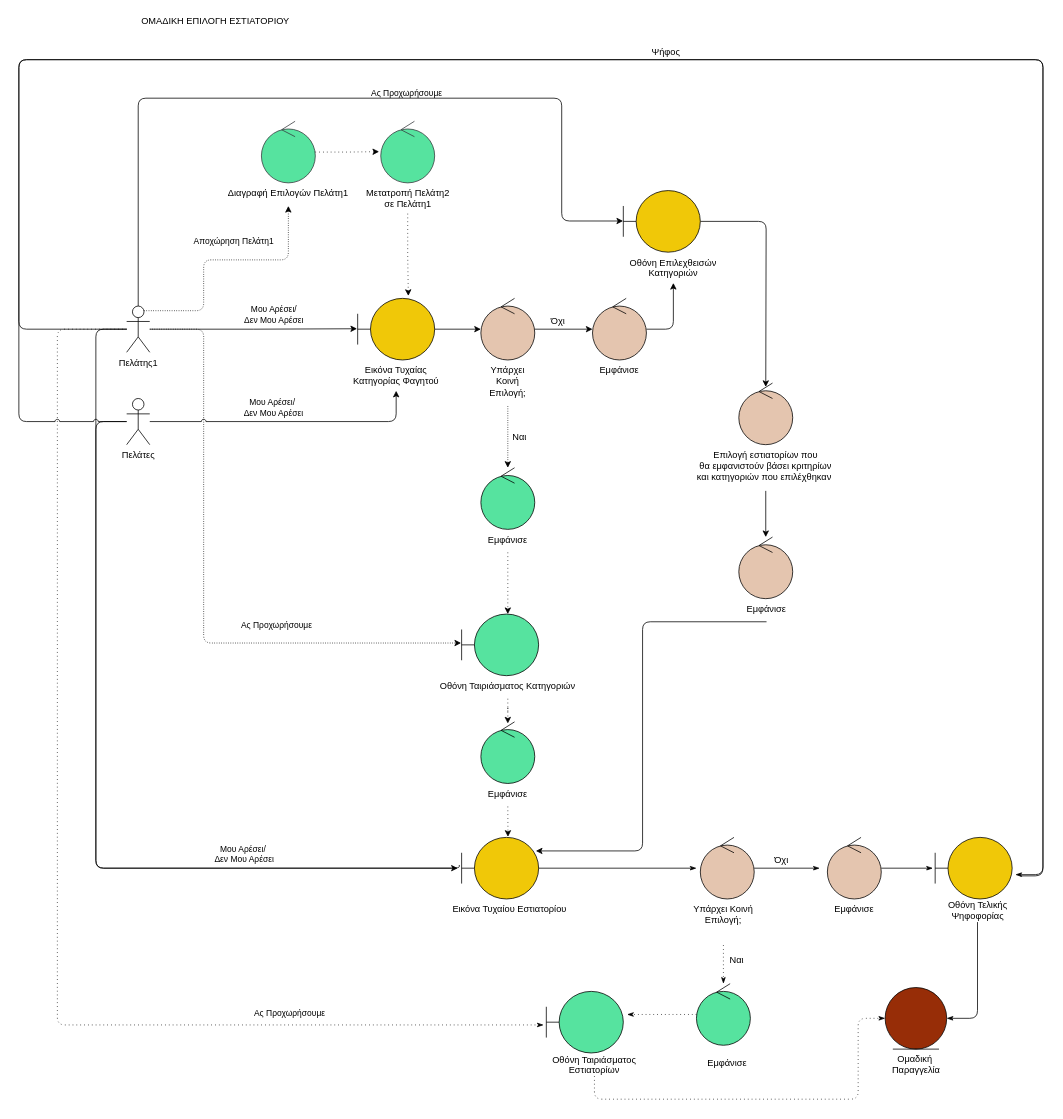
Earlier version of the draw.io diagram docs/contributions/AthanasiaZ/Writing-Charts/Phase4/robustness_team_choice_restaurant.drawio (iloudaros/nomnomr). Source tidied: cells renumbered, new cells numbered last; positions are measured from the earlier drawing's top-left corner, leaving out a move shared by most shapes. Both pictures are drawn from the tidied source at 77%, with x=0, y=0 at pixel (18, 13).
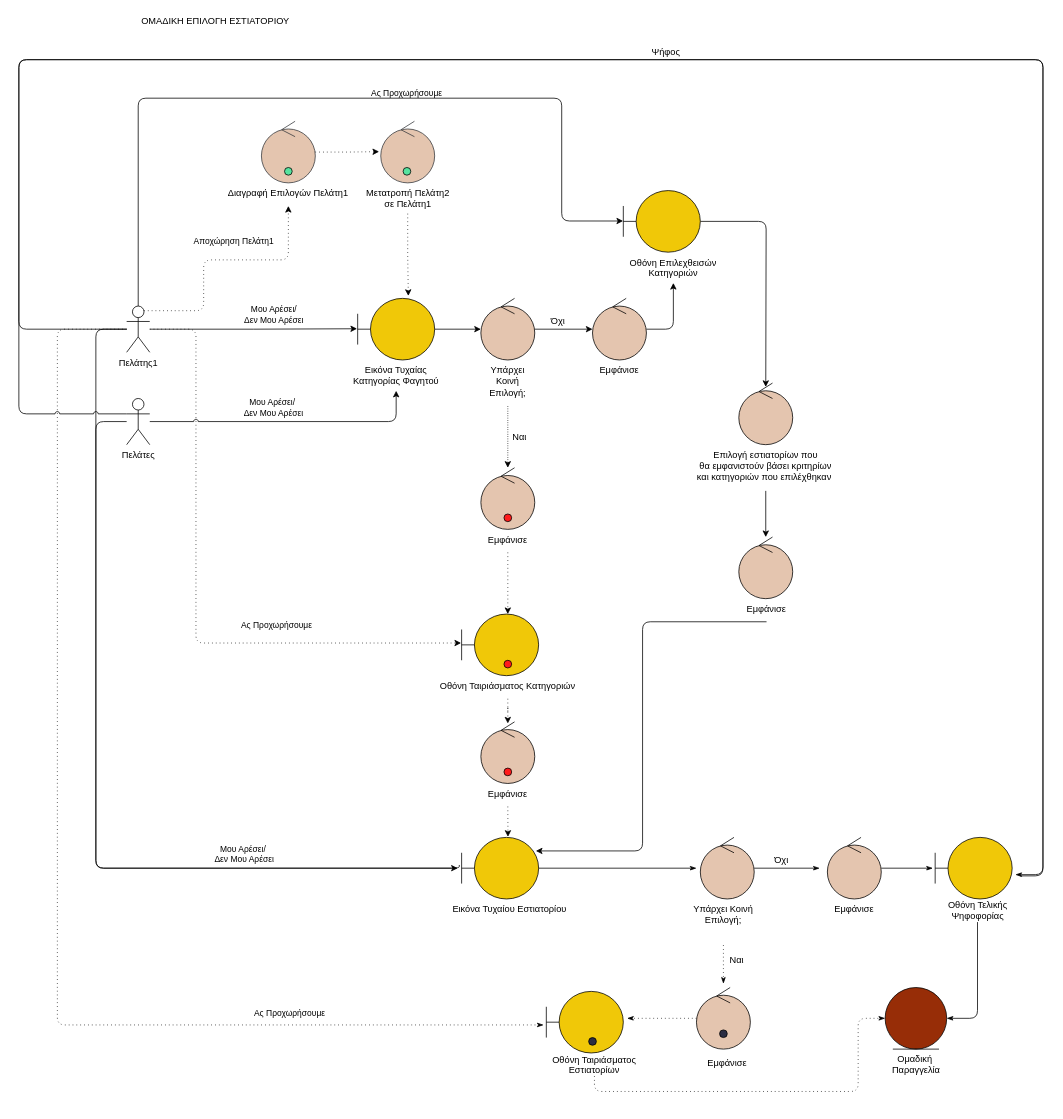
The same diagram, later.

Unchanged cells that the change refers to:
```xml
<mxCell id="9" value="Πελάτης1" style="shape=umlActor;verticalLabelPosition=bottom;verticalAlign=top;html=1;outlineConnect=0;" parent="1" vertex="1">
  <mxGeometry x="140" y="380" width="30" height="60" as="geometry" />
</mxCell>
<mxCell id="17" value="Πελάτες" style="shape=umlActor;verticalLabelPosition=bottom;verticalAlign=top;html=1;outlineConnect=0;" parent="1" vertex="1">
  <mxGeometry x="140" y="500" width="30" height="60" as="geometry" />
</mxCell>
<mxCell id="44" value="&lt;span style=&quot;font-family: helvetica; font-size: 12px; font-style: normal; font-weight: 400; letter-spacing: normal; text-indent: 0px; text-transform: none; word-spacing: 0px; display: inline; float: none;&quot;&gt;Διαγραφή Επιλογών Πελάτη1&lt;/span&gt;" style="text;whiteSpace=wrap;html=1;align=center;labelBackgroundColor=none;fontColor=default;" parent="1" vertex="1">
  <mxGeometry x="255" y="220" width="190" height="30" as="geometry" />
</mxCell>
<mxCell id="74" value="&lt;span style=&quot;font-family: helvetica; font-size: 12px; font-style: normal; font-weight: 400; letter-spacing: normal; text-indent: 0px; text-transform: none; word-spacing: 0px; display: inline; float: none;&quot;&gt;Οθόνη Ταιριάσματος &lt;br&gt;Εστιατορίων&lt;/span&gt;" style="text;whiteSpace=wrap;html=1;align=center;labelBackgroundColor=none;fontColor=default;" parent="1" vertex="1">
  <mxGeometry x="685" y="1345" width="125" height="30" as="geometry" />
</mxCell>
<mxCell id="80" style="ellipse;shape=umlEntity;whiteSpace=wrap;html=1;fillColor=#972D07;" parent="1" vertex="1">
  <mxGeometry x="1125" y="1265" width="80" height="80" as="geometry" />
</mxCell>
```

Diff of the diagram source:
```diff
@@
-    <mxCell id="4" style="edgeStyle=orthogonalEdgeStyle;rounded=1;jettySize=auto;html=1;entryX=-0.007;entryY=0.47;entryDx=0;entryDy=0;entryPerimeter=0;fillColor=#a20025;strokeColor=#000000;dashed=1;dashPattern=1 2;jumpStyle=arc;" parent="1" edge="1" source="9" target="28">
+    <mxCell id="4" style="edgeStyle=orthogonalEdgeStyle;rounded=1;jettySize=auto;html=1;entryX=-0.007;entryY=0.47;entryDx=0;entryDy=0;entryPerimeter=0;fillColor=#a20025;strokeColor=#000000;dashed=1;dashPattern=1 4;jumpStyle=arc;" parent="1" edge="1" source="9" target="28">
       <mxGeometry relative="1" as="geometry">
         <Array as="points">
-          <mxPoint x="240" y="410" />
-          <mxPoint x="240" y="818" />
+          <mxPoint x="230" y="410" />
+          <mxPoint x="230" y="818" />
         </Array>
       </mxGeometry>
     </mxCell>
@@
-    <mxCell id="10" style="edgeStyle=orthogonalEdgeStyle;rounded=1;jettySize=auto;html=1;fillColor=#ffff88;strokeColor=#000000;dashed=1;dashPattern=1 2;entryX=0.5;entryY=1;entryDx=0;entryDy=0;exitX=0.75;exitY=0.1;exitDx=0;exitDy=0;exitPerimeter=0;" parent="1" edge="1" source="9" target="44">
+    <mxCell id="10" style="edgeStyle=orthogonalEdgeStyle;rounded=1;jettySize=auto;html=1;fillColor=#ffff88;strokeColor=#000000;dashed=1;dashPattern=1 4;entryX=0.5;entryY=1;entryDx=0;entryDy=0;exitX=0.75;exitY=0.1;exitDx=0;exitDy=0;exitPerimeter=0;" parent="1" edge="1" source="9" target="44">
       <mxGeometry relative="1" as="geometry">
         <Array as="points">
           <mxPoint x="240" y="386" />
           <mxPoint x="240" y="320" />
           <mxPoint x="350" y="320" />
         </Array>
       </mxGeometry>
     </mxCell>
@@
     <mxCell id="16" style="edgeStyle=orthogonalEdgeStyle;rounded=1;jumpStyle=arc;jettySize=auto;html=1;startArrow=none;startFill=0;endArrow=none;endFill=0;" parent="1" edge="1" source="17">
       <mxGeometry relative="1" as="geometry">
         <mxPoint x="1300" y="1120" as="targetPoint" />
         <Array as="points">
-          <mxPoint y="530" />
+          <mxPoint y="520" />
           <mxPoint y="60" />
           <mxPoint x="1330" y="60" />
           <mxPoint x="1330" y="1120" />
         </Array>
       </mxGeometry>
     </mxCell>
@@
-    <mxCell id="27" style="ellipse;shape=umlControl;whiteSpace=wrap;html=1;fillColor=#56E39F;fontColor=#ffffff;strokeColor=#000000;" parent="1" vertex="1">
+    <mxCell id="27" style="ellipse;shape=umlControl;whiteSpace=wrap;html=1;fillColor=#E4C5AF;fontColor=#ffffff;strokeColor=#000000;" parent="1" vertex="1">
       <mxGeometry x="600" y="590" width="70" height="80" as="geometry" />
     </mxCell>
-    <mxCell id="28" style="shape=umlBoundary;whiteSpace=wrap;html=1;fillColor=#56E39F;fontColor=#ffffff;strokeColor=#000000;" parent="1" vertex="1">
+    <mxCell id="28" style="shape=umlBoundary;whiteSpace=wrap;html=1;fillColor=#F0C808;fontColor=#ffffff;strokeColor=#000000;" parent="1" vertex="1">
       <mxGeometry x="575" y="780" width="100" height="80" as="geometry" />
     </mxCell>
@@
-    <mxCell id="30" style="ellipse;shape=umlControl;whiteSpace=wrap;html=1;fillColor=#56E39F;fontColor=#ffffff;strokeColor=#000000;" parent="1" vertex="1">
+    <mxCell id="30" style="ellipse;shape=umlControl;whiteSpace=wrap;html=1;fillColor=#E4C5AF;fontColor=#ffffff;strokeColor=#000000;" parent="1" vertex="1">
       <mxGeometry x="600" y="920" width="70" height="80" as="geometry" />
     </mxCell>
@@
-    <mxCell id="34" style="ellipse;shape=umlControl;whiteSpace=wrap;html=1;fillColor=#56E39F;strokeColor=#36393d;" parent="1" vertex="1">
+    <mxCell id="34" style="ellipse;shape=umlControl;whiteSpace=wrap;html=1;fillColor=#E4C5AF;strokeColor=#36393d;" parent="1" vertex="1">
       <mxGeometry x="315" y="140" width="70" height="80" as="geometry" />
     </mxCell>
@@
-    <mxCell id="36" style="ellipse;shape=umlControl;whiteSpace=wrap;html=1;fillColor=#56E39F;strokeColor=#36393d;" parent="1" vertex="1">
+    <mxCell id="36" style="ellipse;shape=umlControl;whiteSpace=wrap;html=1;fillColor=#E4C5AF;strokeColor=#36393d;" parent="1" vertex="1">
       <mxGeometry x="470" y="140" width="70" height="80" as="geometry" />
     </mxCell>
@@
     <mxCell id="69" style="edgeStyle=orthogonalEdgeStyle;rounded=1;jumpStyle=arc;jettySize=auto;html=1;dashed=1;dashPattern=1 4;startArrow=none;startFill=0;endArrow=classicThin;endFill=1;" parent="1" edge="1" source="70">
       <mxGeometry relative="1" as="geometry">
-        <mxPoint x="790" y="1300" as="targetPoint" />
+        <mxPoint x="790" y="1305" as="targetPoint" />
       </mxGeometry>
     </mxCell>
-    <mxCell id="70" style="ellipse;shape=umlControl;whiteSpace=wrap;html=1;fillColor=#56E39F;fontColor=#ffffff;strokeColor=#000000;" parent="1" vertex="1">
-      <mxGeometry x="880" y="1260" width="70" height="80" as="geometry" />
+    <mxCell id="70" style="ellipse;shape=umlControl;whiteSpace=wrap;html=1;fillColor=#E4C5AF;fontColor=#ffffff;strokeColor=#000000;" parent="1" vertex="1">
+      <mxGeometry x="880" y="1265" width="70" height="80" as="geometry" />
     </mxCell>
@@
-    <mxCell id="72" style="shape=umlBoundary;whiteSpace=wrap;html=1;fillColor=#56E39F;fontColor=#ffffff;strokeColor=#000000;" parent="1" vertex="1">
+    <mxCell id="72" style="shape=umlBoundary;whiteSpace=wrap;html=1;fillColor=#F0C808;fontColor=#ffffff;strokeColor=#000000;" parent="1" vertex="1">
       <mxGeometry x="685" y="1270" width="100" height="80" as="geometry" />
     </mxCell>
     <mxCell id="73" style="edgeStyle=orthogonalEdgeStyle;rounded=1;jumpStyle=arc;jettySize=auto;html=1;entryX=0;entryY=0.5;entryDx=0;entryDy=0;startArrow=none;startFill=0;endArrow=classicThin;endFill=1;dashed=1;dashPattern=1 4;" parent="1" edge="1" source="74" target="80">
       <mxGeometry relative="1" as="geometry">
         <Array as="points">
-          <mxPoint x="748" y="1410" />
-          <mxPoint x="1090" y="1410" />
+          <mxPoint x="748" y="1400" />
+          <mxPoint x="1090" y="1400" />
           <mxPoint x="1090" y="1305" />
         </Array>
       </mxGeometry>
     </mxCell>
@@
+    <mxCell id="82" style="shape=ellipse;fillColor=#56E39F;strokeColor=default;html=1;sketch=0;fontColor=#56E39F;" parent="1" vertex="1">
+      <mxGeometry x="345" y="200" width="10" height="10" as="geometry" />
+    </mxCell>
+    <mxCell id="83" style="shape=ellipse;fillColor=#56E39F;strokeColor=default;html=1;sketch=0;fontColor=#56E39F;" parent="1" vertex="1">
+      <mxGeometry x="499" y="200" width="10" height="10" as="geometry" />
+    </mxCell>
+    <mxCell id="84" style="shape=ellipse;fillColor=#FF1B1B;strokeColor=default;html=1;sketch=0;fontColor=#56E39F;" parent="1" vertex="1">
+      <mxGeometry x="630" y="650" width="10" height="10" as="geometry" />
+    </mxCell>
+    <mxCell id="85" style="shape=ellipse;fillColor=#FF1B1B;strokeColor=default;html=1;sketch=0;fontColor=#56E39F;" parent="1" vertex="1">
+      <mxGeometry x="630" y="840" width="10" height="10" as="geometry" />
+    </mxCell>
+    <mxCell id="86" style="shape=ellipse;fillColor=#FF1B1B;strokeColor=default;html=1;sketch=0;fontColor=#56E39F;" parent="1" vertex="1">
+      <mxGeometry x="630" y="980" width="10" height="10" as="geometry" />
+    </mxCell>
+    <mxCell id="87" style="shape=ellipse;fillColor=#2B2D42;strokeColor=default;html=1;sketch=0;fontColor=#56E39F;" parent="1" vertex="1">
+      <mxGeometry x="740" y="1330" width="10" height="10" as="geometry" />
+    </mxCell>
+    <mxCell id="88" style="shape=ellipse;fillColor=#2B2D42;strokeColor=default;html=1;sketch=0;fontColor=#56E39F;" parent="1" vertex="1">
+      <mxGeometry x="910" y="1320" width="10" height="10" as="geometry" />
+    </mxCell>
```
